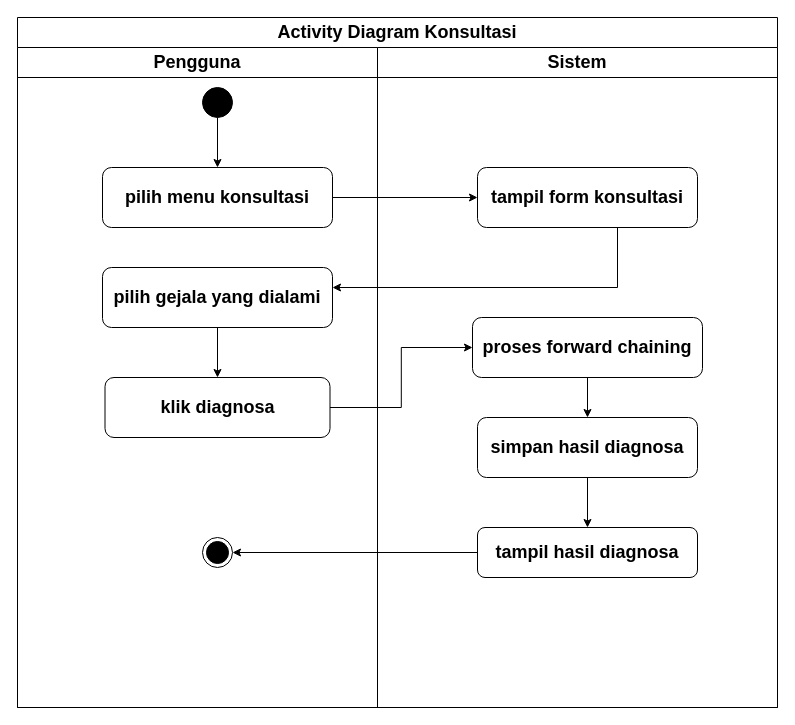
Before: diagram/activity/user_konsultasi.drawio in Jinsky/Jinsky, a draw.io diagram. Source tidied: cells renumbered, new cells numbered last; positions are measured from the earlier drawing's top-left corner, leaving out a move shared by most shapes. Both pictures are drawn from the tidied source at 100%, with x=0, y=0 at pixel (17, 17).
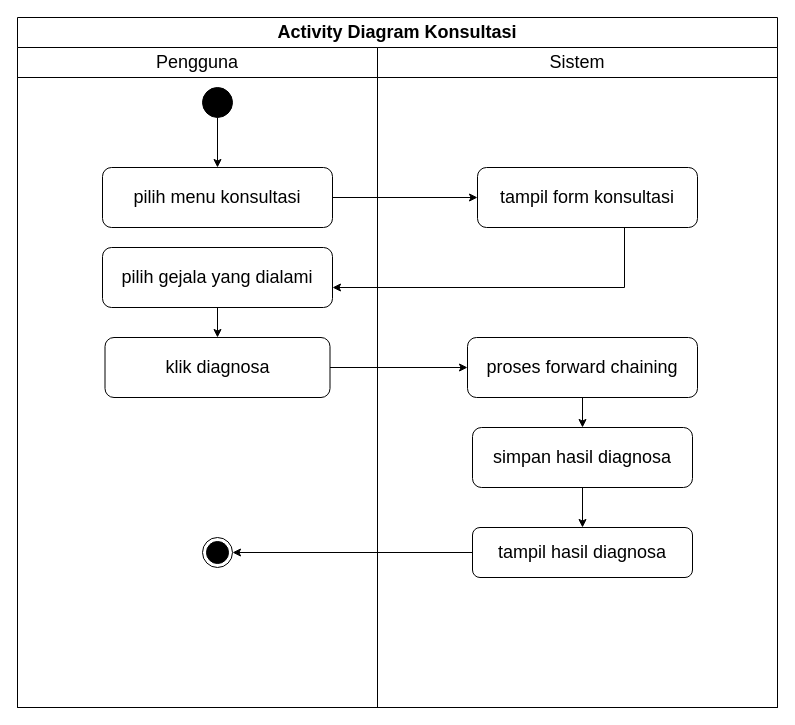
After the change.

Change to the diagram source:
```diff
@@
-    <mxCell id="2" value="&lt;font style=&quot;font-size: 18px;&quot;&gt;Activity Diagram Konsultasi&lt;/font&gt;" style="swimlane;html=1;horizontal=1;startSize=30;whiteSpace=wrap;" parent="1" vertex="1">
+    <mxCell id="2" value="&lt;font style=&quot;font-size: 18px;&quot;&gt;&lt;b&gt;Activity Diagram Konsultasi&lt;/b&gt;&lt;/font&gt;" style="swimlane;html=1;horizontal=1;startSize=30;whiteSpace=wrap;fontStyle=0;" parent="1" vertex="1">
       <mxGeometry width="760" height="690" as="geometry" />
     </mxCell>
-    <mxCell id="3" value="&lt;font style=&quot;font-size: 18px;&quot;&gt;Pengguna&lt;/font&gt;" style="swimlane;html=1;startSize=30;whiteSpace=wrap;" parent="2" vertex="1">
+    <mxCell id="3" value="&lt;font style=&quot;font-size: 18px;&quot;&gt;Pengguna&lt;/font&gt;" style="swimlane;html=1;startSize=30;whiteSpace=wrap;fontStyle=0;" parent="2" vertex="1">
       <mxGeometry y="30" width="360" height="660" as="geometry" />
     </mxCell>
-    <mxCell id="4" style="ellipse;whiteSpace=wrap;html=1;fillColor=#000000;" parent="3" vertex="1">
+    <mxCell id="4" style="ellipse;whiteSpace=wrap;html=1;fillColor=#000000;fontStyle=0;" parent="3" vertex="1">
       <mxGeometry x="185" y="40" width="30" height="30" as="geometry" />
     </mxCell>
-    <mxCell id="5" value="&lt;font style=&quot;font-size: 18px;&quot;&gt;&lt;b&gt;pilih menu konsultasi&lt;/b&gt;&lt;/font&gt;" style="rounded=1;whiteSpace=wrap;html=1;" parent="3" vertex="1">
+    <mxCell id="5" value="&lt;font style=&quot;font-size: 18px;&quot;&gt;&lt;span&gt;pilih menu konsultasi&lt;/span&gt;&lt;/font&gt;" style="rounded=1;whiteSpace=wrap;html=1;fontStyle=0;" parent="3" vertex="1">
       <mxGeometry x="85" y="120" width="230" height="60" as="geometry" />
     </mxCell>
-    <mxCell id="6" value="&lt;font style=&quot;font-size: 18px;&quot;&gt;&lt;b&gt;pilih gejala yang dialami&lt;/b&gt;&lt;/font&gt;" style="rounded=1;whiteSpace=wrap;html=1;" parent="3" vertex="1">
-      <mxGeometry x="85" y="220" width="230" height="60" as="geometry" />
+    <mxCell id="6" value="&lt;font style=&quot;font-size: 18px;&quot;&gt;&lt;span&gt;pilih gejala yang dialami&lt;/span&gt;&lt;/font&gt;" style="rounded=1;whiteSpace=wrap;html=1;fontStyle=0;" parent="3" vertex="1">
+      <mxGeometry x="85" y="200" width="230" height="60" as="geometry" />
     </mxCell>
-    <mxCell id="7" value="&lt;font style=&quot;font-size: 18px;&quot;&gt;&lt;b&gt;klik diagnosa&lt;/b&gt;&lt;/font&gt;" style="rounded=1;whiteSpace=wrap;html=1;" parent="3" vertex="1">
-      <mxGeometry x="87.5" y="330" width="225" height="60" as="geometry" />
+    <mxCell id="7" value="&lt;font style=&quot;font-size: 18px;&quot;&gt;&lt;span&gt;klik diagnosa&lt;/span&gt;&lt;/font&gt;" style="rounded=1;whiteSpace=wrap;html=1;fontStyle=0;" parent="3" vertex="1">
+      <mxGeometry x="87.5" y="290" width="225" height="60" as="geometry" />
     </mxCell>
-    <mxCell id="8" style="ellipse;html=1;shape=endState;fillColor=#000000;strokeColor=#000000;" parent="3" vertex="1">
+    <mxCell id="8" style="ellipse;html=1;shape=endState;fillColor=#000000;strokeColor=#000000;fontStyle=0;" parent="3" vertex="1">
       <mxGeometry x="185" y="490" width="30" height="30" as="geometry" />
     </mxCell>
-    <mxCell id="9" value="&lt;font style=&quot;font-size: 18px;&quot;&gt;Sistem&lt;/font&gt;" style="swimlane;html=1;startSize=30;whiteSpace=wrap;" parent="2" vertex="1">
+    <mxCell id="9" value="&lt;font style=&quot;font-size: 18px;&quot;&gt;Sistem&lt;/font&gt;" style="swimlane;html=1;startSize=30;whiteSpace=wrap;fontStyle=0;" parent="2" vertex="1">
       <mxGeometry x="360" y="30" width="400" height="660" as="geometry" />
     </mxCell>
-    <mxCell id="10" value="&lt;font style=&quot;font-size: 18px;&quot;&gt;&lt;b&gt;tampil form konsultasi&lt;/b&gt;&lt;/font&gt;" style="rounded=1;whiteSpace=wrap;html=1;" parent="9" vertex="1">
+    <mxCell id="10" value="&lt;font style=&quot;font-size: 18px;&quot;&gt;&lt;span&gt;tampil form konsultasi&lt;/span&gt;&lt;/font&gt;" style="rounded=1;whiteSpace=wrap;html=1;fontStyle=0;" parent="9" vertex="1">
       <mxGeometry x="100" y="120" width="220" height="60" as="geometry" />
     </mxCell>
-    <mxCell id="11" value="&lt;font style=&quot;font-size: 18px;&quot;&gt;&lt;b style=&quot;&quot;&gt;proses forward chaining&lt;/b&gt;&lt;/font&gt;" style="rounded=1;whiteSpace=wrap;html=1;" parent="9" vertex="1">
-      <mxGeometry x="95" y="270" width="230" height="60" as="geometry" />
+    <mxCell id="11" value="&lt;font style=&quot;font-size: 18px;&quot;&gt;&lt;span style=&quot;&quot;&gt;proses forward chaining&lt;/span&gt;&lt;/font&gt;" style="rounded=1;whiteSpace=wrap;html=1;fontStyle=0;" parent="9" vertex="1">
+      <mxGeometry x="90" y="290" width="230" height="60" as="geometry" />
     </mxCell>
-    <mxCell id="12" value="&lt;b&gt;&lt;font style=&quot;font-size: 18px;&quot;&gt;simpan hasil diagnosa&lt;/font&gt;&lt;/b&gt;" style="rounded=1;whiteSpace=wrap;html=1;" parent="9" vertex="1">
-      <mxGeometry x="100" y="370" width="220" height="60" as="geometry" />
+    <mxCell id="12" value="&lt;span&gt;&lt;font style=&quot;font-size: 18px;&quot;&gt;simpan hasil diagnosa&lt;/font&gt;&lt;/span&gt;" style="rounded=1;whiteSpace=wrap;html=1;fontStyle=0;" parent="9" vertex="1">
+      <mxGeometry x="95" y="380" width="220" height="60" as="geometry" />
     </mxCell>
-    <mxCell id="13" value="&lt;b&gt;&lt;font style=&quot;font-size: 18px;&quot;&gt;tampil hasil diagnosa&lt;/font&gt;&lt;/b&gt;" style="rounded=1;whiteSpace=wrap;html=1;" parent="9" vertex="1">
-      <mxGeometry x="100" y="480" width="220" height="50" as="geometry" />
+    <mxCell id="13" value="&lt;span&gt;&lt;font style=&quot;font-size: 18px;&quot;&gt;tampil hasil diagnosa&lt;/font&gt;&lt;/span&gt;" style="rounded=1;whiteSpace=wrap;html=1;fontStyle=0;" parent="9" vertex="1">
+      <mxGeometry x="95" y="480" width="220" height="50" as="geometry" />
     </mxCell>
-    <mxCell id="14" style="edgeStyle=orthogonalEdgeStyle;rounded=0;jettySize=auto;html=1;" parent="1" edge="1" source="4" target="5">
+    <mxCell id="14" style="edgeStyle=orthogonalEdgeStyle;rounded=0;jettySize=auto;html=1;fontStyle=0;" parent="1" edge="1" source="4" target="5">
       <mxGeometry relative="1" as="geometry" />
     </mxCell>
-    <mxCell id="15" style="edgeStyle=orthogonalEdgeStyle;rounded=0;jettySize=auto;html=1;" parent="1" edge="1" source="5" target="10">
+    <mxCell id="15" style="edgeStyle=orthogonalEdgeStyle;rounded=0;jettySize=auto;html=1;fontStyle=0;" parent="1" edge="1" source="5" target="10">
       <mxGeometry relative="1" as="geometry" />
     </mxCell>
-    <mxCell id="16" style="edgeStyle=orthogonalEdgeStyle;rounded=0;jettySize=auto;html=1;" parent="1" edge="1" source="10" target="6">
+    <mxCell id="16" style="edgeStyle=orthogonalEdgeStyle;rounded=0;jettySize=auto;html=1;fontStyle=0;" parent="1" edge="1" source="10" target="6">
       <mxGeometry relative="1" as="geometry">
         <Array as="points">
-          <mxPoint x="600" y="270" />
-          <mxPoint x="200" y="270" />
+          <mxPoint x="607" y="270" />
+          <mxPoint x="207" y="270" />
         </Array>
       </mxGeometry>
     </mxCell>
-    <mxCell id="17" style="edgeStyle=orthogonalEdgeStyle;rounded=0;jettySize=auto;html=1;" parent="1" edge="1" source="6" target="7">
+    <mxCell id="17" style="edgeStyle=orthogonalEdgeStyle;rounded=0;jettySize=auto;html=1;fontStyle=0;" parent="1" edge="1" source="6" target="7">
       <mxGeometry relative="1" as="geometry" />
     </mxCell>
-    <mxCell id="18" style="edgeStyle=orthogonalEdgeStyle;rounded=0;jettySize=auto;html=1;" parent="1" edge="1" source="7" target="11">
+    <mxCell id="18" style="edgeStyle=orthogonalEdgeStyle;rounded=0;jettySize=auto;html=1;fontStyle=0;" parent="1" edge="1" source="7" target="11">
       <mxGeometry relative="1" as="geometry" />
     </mxCell>
-    <mxCell id="19" style="edgeStyle=orthogonalEdgeStyle;rounded=0;jettySize=auto;html=1;" parent="1" edge="1" source="11" target="12">
+    <mxCell id="19" style="edgeStyle=orthogonalEdgeStyle;rounded=0;jettySize=auto;html=1;fontStyle=0;" parent="1" edge="1" source="11" target="12">
       <mxGeometry relative="1" as="geometry" />
     </mxCell>
-    <mxCell id="20" style="edgeStyle=orthogonalEdgeStyle;rounded=0;jettySize=auto;html=1;" parent="1" edge="1" source="12" target="13">
+    <mxCell id="20" style="edgeStyle=orthogonalEdgeStyle;rounded=0;jettySize=auto;html=1;fontStyle=0;" parent="1" edge="1" source="12" target="13">
       <mxGeometry relative="1" as="geometry" />
     </mxCell>
-    <mxCell id="21" style="edgeStyle=orthogonalEdgeStyle;rounded=0;jettySize=auto;html=1;" parent="1" edge="1" source="13" target="8">
+    <mxCell id="21" style="edgeStyle=orthogonalEdgeStyle;rounded=0;jettySize=auto;html=1;fontStyle=0;" parent="1" edge="1" source="13" target="8">
       <mxGeometry relative="1" as="geometry" />
     </mxCell>
```
